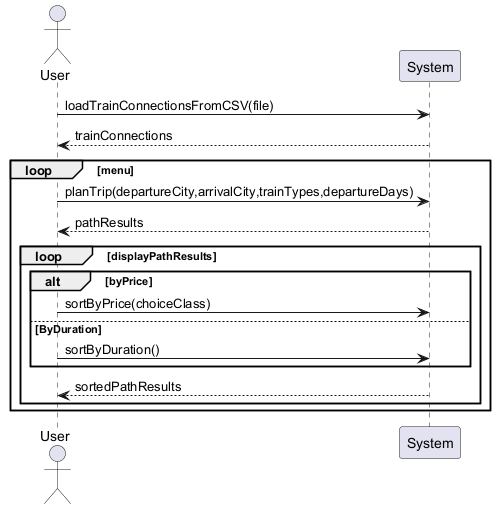
The PlantUML diagram Iteration_2/docs/images/systemSequenceDiagram.png in SamuelVachon/SOEN342, before a commit.
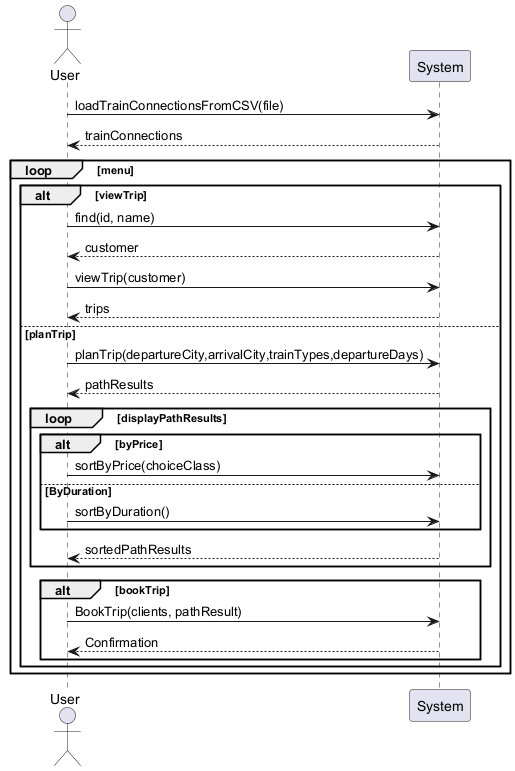
Above is the later version.

What changed in the source:
```diff
@@ -6,7 +6,13 @@
 System --> User : trainConnections
 
 loop menu
-    User-> System : planTrip(departureCity,arrivalCity,trainTypes,departureDays)
+    alt viewTrip
+        User -> System : find(id, name)
+        System --> User : customer
+        User -> System : viewTrip(customer)
+        System --> User : trips
+    else planTrip
+        User-> System : planTrip(departureCity,arrivalCity,trainTypes,departureDays)
     System --> User : pathResults
     loop displayPathResults
         alt byPrice
@@ -16,5 +22,10 @@
         end
         System --> User : sortedPathResults
     end
+    alt bookTrip
+        User -> System : BookTrip(clients, pathResult)
+        System --> User : Confirmation
+    end
+    end
 end
 @enduml
```
